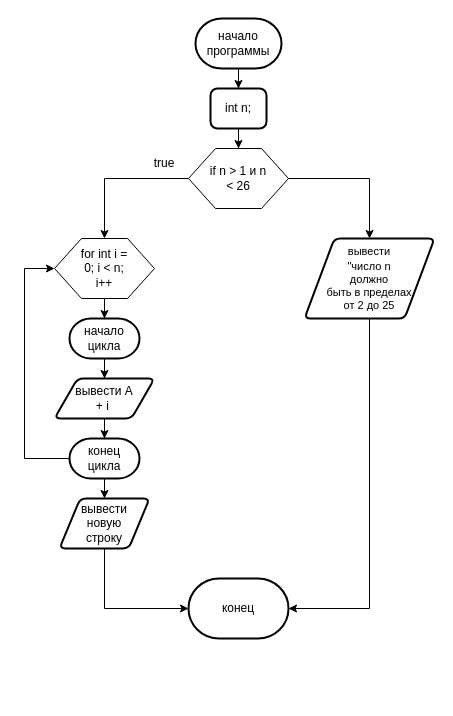
Earlier version of the draw.io diagram 08 - STRINGS/1/1 (1).drawio (DuSommeil/homework). Source tidied: cells renumbered, new cells numbered last; positions are measured from the earlier drawing's top-left corner, leaving out a move shared by most shapes. Both pictures are drawn from the tidied source at 100%, with x=0, y=0 at pixel (24, 18).
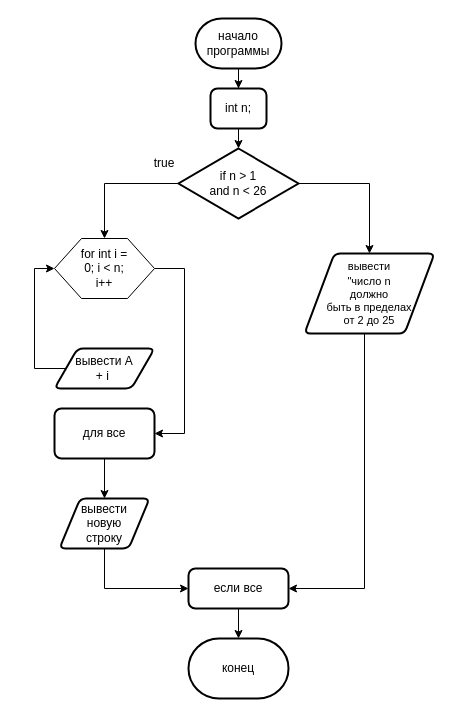
Above is the later version.

Unchanged cells that the change refers to:
```xml
<mxCell id="5" value="int n;" style="rounded=1;whiteSpace=wrap;html=1;absoluteArcSize=1;arcSize=14;strokeWidth=2;" parent="1" vertex="1">
  <mxGeometry x="186" y="70" width="56" height="40" as="geometry" />
</mxCell>
<mxCell id="11" style="verticalLabelPosition=bottom;verticalAlign=top;html=1;shape=hexagon;perimeter=hexagonPerimeter2;arcSize=6;size=0.27;" parent="1" vertex="1">
  <mxGeometry x="30" y="220" width="100" height="60" as="geometry" />
</mxCell>
<mxCell id="22" value="вывести&lt;div&gt;новую&lt;/div&gt;&lt;div&gt;строку&lt;/div&gt;" style="shape=parallelogram;html=1;strokeWidth=2;perimeter=parallelogramPerimeter;whiteSpace=wrap;rounded=1;arcSize=12;size=0.23;" parent="1" vertex="1">
  <mxGeometry x="35" y="480" width="90" height="50" as="geometry" />
</mxCell>
```

Change to the diagram source:
```diff
@@
-    <mxCell id="4" style="edgeStyle=orthogonalEdgeStyle;rounded=0;jettySize=auto;html=1;" parent="1" edge="1" source="5" target="8">
-      <mxGeometry relative="1" as="geometry" />
+    <mxCell id="4" style="edgeStyle=orthogonalEdgeStyle;rounded=0;jettySize=auto;html=1;" parent="1" edge="1" source="5">
+      <mxGeometry relative="1" as="geometry">
+        <mxPoint x="214" y="130" as="targetPoint" />
+      </mxGeometry>
     </mxCell>
@@
-    <mxCell id="6" style="edgeStyle=orthogonalEdgeStyle;rounded=0;jettySize=auto;html=1;entryX=0.5;entryY=0;entryDx=0;entryDy=0;" parent="1" edge="1" source="8" target="11">
-      <mxGeometry relative="1" as="geometry" />
-    </mxCell>
-    <mxCell id="7" style="edgeStyle=orthogonalEdgeStyle;rounded=0;jettySize=auto;html=1;" parent="1" edge="1" source="8" target="24">
-      <mxGeometry relative="1" as="geometry" />
-    </mxCell>
-    <mxCell id="8" style="verticalLabelPosition=bottom;verticalAlign=top;html=1;shape=hexagon;perimeter=hexagonPerimeter2;arcSize=6;size=0.27;" parent="1" vertex="1">
-      <mxGeometry x="164" y="130" width="100" height="60" as="geometry" />
-    </mxCell>
-    <mxCell id="9" value="if n &amp;gt; 1 и n &amp;lt; 26" style="text;strokeColor=none;align=center;fillColor=none;html=1;verticalAlign=middle;whiteSpace=wrap;rounded=0;" parent="1" vertex="1">
-      <mxGeometry x="184" y="145" width="60" height="30" as="geometry" />
-    </mxCell>
-    <mxCell id="10" style="edgeStyle=orthogonalEdgeStyle;rounded=0;jettySize=auto;html=1;" parent="1" edge="1" source="11" target="15">
-      <mxGeometry relative="1" as="geometry" />
-    </mxCell>
+    <mxCell id="26" style="edgeStyle=orthogonalEdgeStyle;rounded=0;jettySize=auto;html=1;" parent="1" edge="1" source="11" target="34">
+      <mxGeometry relative="1" as="geometry">
+        <Array as="points">
+          <mxPoint x="160" y="250" />
+          <mxPoint x="160" y="415" />
+        </Array>
+      </mxGeometry>
+    </mxCell>
@@
-    <mxCell id="14" style="edgeStyle=orthogonalEdgeStyle;rounded=0;jettySize=auto;html=1;" parent="1" edge="1" source="15" target="16">
-      <mxGeometry relative="1" as="geometry" />
-    </mxCell>
-    <mxCell id="15" value="начало цикла" style="strokeWidth=2;html=1;shape=mxgraph.flowchart.terminator;whiteSpace=wrap;" parent="1" vertex="1">
-      <mxGeometry x="45" y="300" width="70" height="40" as="geometry" />
-    </mxCell>
+    <mxCell id="27" style="edgeStyle=orthogonalEdgeStyle;rounded=0;jettySize=auto;html=1;entryX=0;entryY=0.5;entryDx=0;entryDy=0;" parent="1" edge="1" source="16" target="11">
+      <mxGeometry relative="1" as="geometry">
+        <Array as="points">
+          <mxPoint x="10" y="350" />
+          <mxPoint x="10" y="250" />
+        </Array>
+      </mxGeometry>
+    </mxCell>
     <mxCell id="16" value="вывести A&lt;br&gt;+ i&amp;nbsp;" style="shape=parallelogram;html=1;strokeWidth=2;perimeter=parallelogramPerimeter;whiteSpace=wrap;rounded=1;arcSize=12;size=0.23;" parent="1" vertex="1">
-      <mxGeometry x="30" y="360" width="100" height="40" as="geometry" />
+      <mxGeometry x="30" y="330" width="100" height="40" as="geometry" />
     </mxCell>
-    <mxCell id="17" style="edgeStyle=orthogonalEdgeStyle;rounded=0;jettySize=auto;html=1;" parent="1" edge="1" source="19" target="11">
-      <mxGeometry relative="1" as="geometry">
-        <Array as="points">
-          <mxPoint y="440" />
-          <mxPoint y="250" />
-        </Array>
-      </mxGeometry>
-    </mxCell>
-    <mxCell id="18" style="edgeStyle=orthogonalEdgeStyle;rounded=0;jettySize=auto;html=1;" parent="1" edge="1" source="19">
-      <mxGeometry relative="1" as="geometry">
-        <mxPoint x="80" y="480" as="targetPoint" />
-      </mxGeometry>
-    </mxCell>
-    <mxCell id="19" value="конец цикла" style="strokeWidth=2;html=1;shape=mxgraph.flowchart.terminator;whiteSpace=wrap;" parent="1" vertex="1">
-      <mxGeometry x="45" y="420" width="70" height="40" as="geometry" />
-    </mxCell>
-    <mxCell id="20" style="edgeStyle=orthogonalEdgeStyle;rounded=0;jettySize=auto;html=1;entryX=0.5;entryY=0;entryDx=0;entryDy=0;entryPerimeter=0;" parent="1" edge="1" source="16" target="19">
-      <mxGeometry relative="1" as="geometry" />
-    </mxCell>
-    <mxCell id="21" style="edgeStyle=orthogonalEdgeStyle;rounded=0;jettySize=auto;html=1;" parent="1" edge="1" source="22" target="25">
-      <mxGeometry relative="1" as="geometry">
-        <Array as="points">
-          <mxPoint x="80" y="590" />
-        </Array>
-      </mxGeometry>
-    </mxCell>
+    <mxCell id="28" style="edgeStyle=orthogonalEdgeStyle;rounded=0;jettySize=auto;html=1;" parent="1" edge="1" source="22" target="35">
+      <mxGeometry relative="1" as="geometry">
+        <Array as="points">
+          <mxPoint x="80" y="570" />
+        </Array>
+      </mxGeometry>
+    </mxCell>
@@
-    <mxCell id="23" style="edgeStyle=orthogonalEdgeStyle;rounded=0;jettySize=auto;html=1;" parent="1" edge="1" source="24" target="25">
-      <mxGeometry relative="1" as="geometry">
-        <Array as="points">
-          <mxPoint x="345" y="590" />
-        </Array>
-      </mxGeometry>
-    </mxCell>
+    <mxCell id="29" style="edgeStyle=orthogonalEdgeStyle;rounded=0;jettySize=auto;html=1;" parent="1" edge="1" source="24" target="35">
+      <mxGeometry relative="1" as="geometry">
+        <Array as="points">
+          <mxPoint x="340" y="570" />
+        </Array>
+      </mxGeometry>
+    </mxCell>
     <mxCell id="24" value="&lt;font style=&quot;font-size: 11px;&quot;&gt;вывести&lt;br&gt;&quot;число n&lt;/font&gt;&lt;div style=&quot;font-size: 11px;&quot;&gt;&lt;font style=&quot;font-size: 11px;&quot;&gt;должно&lt;/font&gt;&lt;/div&gt;&lt;div style=&quot;font-size: 11px;&quot;&gt;&lt;font style=&quot;font-size: 11px;&quot;&gt;быть в пределах&lt;/font&gt;&lt;/div&gt;&lt;div style=&quot;font-size: 11px;&quot;&gt;&lt;font style=&quot;font-size: 11px;&quot;&gt;от 2 до 25&lt;/font&gt;&lt;/div&gt;" style="shape=parallelogram;html=1;strokeWidth=2;perimeter=parallelogramPerimeter;whiteSpace=wrap;rounded=1;arcSize=12;size=0.23;" parent="1" vertex="1">
-      <mxGeometry x="280" y="220" width="130" height="80" as="geometry" />
+      <mxGeometry x="280" y="235" width="130" height="80" as="geometry" />
     </mxCell>
     <mxCell id="25" value="конец" style="strokeWidth=2;html=1;shape=mxgraph.flowchart.terminator;whiteSpace=wrap;" parent="1" vertex="1">
-      <mxGeometry x="164" y="560" width="100" height="60" as="geometry" />
+      <mxGeometry x="164" y="620" width="100" height="60" as="geometry" />
     </mxCell>
+    <mxCell id="30" style="edgeStyle=orthogonalEdgeStyle;rounded=0;jettySize=auto;html=1;entryX=0.5;entryY=0;entryDx=0;entryDy=0;" parent="1" edge="1" source="32" target="24">
+      <mxGeometry relative="1" as="geometry" />
+    </mxCell>
+    <mxCell id="31" style="edgeStyle=orthogonalEdgeStyle;rounded=0;jettySize=auto;html=1;entryX=0.5;entryY=0;entryDx=0;entryDy=0;" parent="1" edge="1" source="32" target="11">
+      <mxGeometry relative="1" as="geometry" />
+    </mxCell>
+    <mxCell id="32" value="if n &amp;gt; 1&lt;div&gt;and n &amp;lt; 26&lt;/div&gt;" style="strokeWidth=2;html=1;shape=mxgraph.flowchart.decision;whiteSpace=wrap;" parent="1" vertex="1">
+      <mxGeometry x="154" y="130" width="120" height="70" as="geometry" />
+    </mxCell>
+    <mxCell id="33" style="edgeStyle=orthogonalEdgeStyle;rounded=0;jettySize=auto;html=1;entryX=0.5;entryY=0;entryDx=0;entryDy=0;" parent="1" edge="1" source="34" target="22">
+      <mxGeometry relative="1" as="geometry" />
+    </mxCell>
+    <mxCell id="34" value="для все" style="rounded=1;whiteSpace=wrap;html=1;absoluteArcSize=1;arcSize=14;strokeWidth=2;" parent="1" vertex="1">
+      <mxGeometry x="30" y="390" width="100" height="50" as="geometry" />
+    </mxCell>
+    <mxCell id="35" value="если все" style="rounded=1;whiteSpace=wrap;html=1;absoluteArcSize=1;arcSize=14;strokeWidth=2;" parent="1" vertex="1">
+      <mxGeometry x="164" y="550" width="100" height="40" as="geometry" />
+    </mxCell>
+    <mxCell id="36" style="edgeStyle=orthogonalEdgeStyle;rounded=0;jettySize=auto;html=1;entryX=0.5;entryY=0;entryDx=0;entryDy=0;entryPerimeter=0;" parent="1" edge="1" source="35" target="25">
+      <mxGeometry relative="1" as="geometry" />
+    </mxCell>
```
